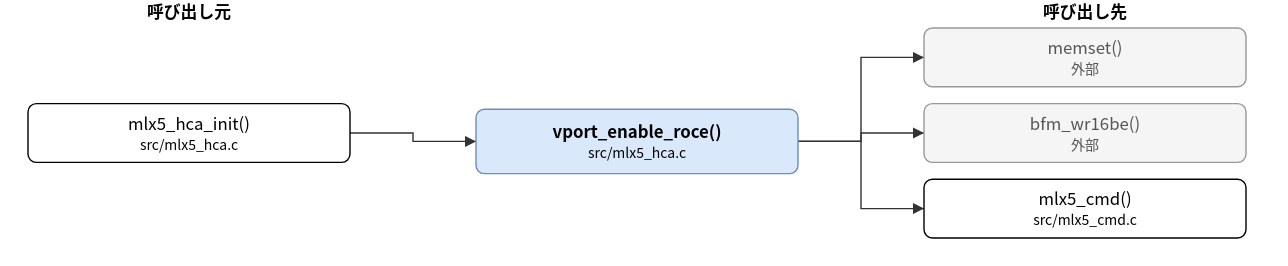
Earlier version of the draw.io export doc/spec/images/call_src_mlx5_hca-vport_enable_roce.drawio.svg (hf355051012-ai/bfmem). Source tidied: cells renumbered, new cells last; positions are measured from the earlier drawing's top-left corner, leaving out a move shared by most shapes. Source of this version:
```xml
<mxGraphModel>
  <root>
    <mxCell id="0" />
    <mxCell id="1" parent="0" />
    <mxCell id="2" value="vport_enable_roce()&lt;br&gt;&lt;font style=&quot;font-size:10px&quot;&gt;src/mlx5_hca.c&lt;/font&gt;" style="rounded=1;whiteSpace=wrap;html=1;fillColor=#dae8fc;strokeColor=#6c8ebf;fontStyle=1;" parent="1" vertex="1">
      <mxGeometry x="320" y="78" width="230" height="46" as="geometry" />
    </mxCell>
    <mxCell id="3" value="mlx5_hca_init()&lt;br&gt;&lt;font style=&quot;font-size:10px&quot;&gt;src/mlx5_hca.c&lt;/font&gt;" style="rounded=1;whiteSpace=wrap;html=1;" parent="1" vertex="1">
      <mxGeometry y="74" width="230" height="42" as="geometry" />
    </mxCell>
    <mxCell id="4" value="memset()&lt;br&gt;&lt;font style=&quot;font-size:10px&quot;&gt;外部&lt;/font&gt;" style="rounded=1;whiteSpace=wrap;html=1;fillColor=#f5f5f5;strokeColor=#999999;fontColor=#555555;" parent="1" vertex="1">
      <mxGeometry x="640" y="20" width="230" height="42" as="geometry" />
    </mxCell>
    <mxCell id="5" value="bfm_wr16be()&lt;br&gt;&lt;font style=&quot;font-size:10px&quot;&gt;外部&lt;/font&gt;" style="rounded=1;whiteSpace=wrap;html=1;fillColor=#f5f5f5;strokeColor=#999999;fontColor=#555555;" parent="1" vertex="1">
      <mxGeometry x="640" y="74" width="230" height="42" as="geometry" />
    </mxCell>
    <mxCell id="6" value="mlx5_cmd()&lt;br&gt;&lt;font style=&quot;font-size:10px&quot;&gt;src/mlx5_cmd.c&lt;/font&gt;" style="rounded=1;whiteSpace=wrap;html=1;" parent="1" vertex="1">
      <mxGeometry x="640" y="128" width="230" height="42" as="geometry" />
    </mxCell>
    <mxCell id="7" style="edgeStyle=none;html=1;rounded=0;endArrow=block;endFill=1;exitX=1.0000;exitY=0.5000;exitDx=0;exitDy=0;exitPerimeter=0;entryX=0.0000;entryY=0.5000;entryDx=0;entryDy=0;entryPerimeter=0;" parent="1" edge="1" source="3" target="2">
      <mxGeometry relative="1" as="geometry">
        <Array as="points">
          <mxPoint x="275" y="95" />
          <mxPoint x="275" y="101" />
        </Array>
      </mxGeometry>
    </mxCell>
    <mxCell id="8" style="edgeStyle=none;html=1;rounded=0;endArrow=block;endFill=1;exitX=1.0000;exitY=0.5000;exitDx=0;exitDy=0;exitPerimeter=0;entryX=0.0000;entryY=0.5000;entryDx=0;entryDy=0;entryPerimeter=0;" parent="1" edge="1" source="2" target="4">
      <mxGeometry relative="1" as="geometry">
        <Array as="points">
          <mxPoint x="595" y="101" />
          <mxPoint x="595" y="41" />
        </Array>
      </mxGeometry>
    </mxCell>
    <mxCell id="9" style="edgeStyle=none;html=1;rounded=0;endArrow=block;endFill=1;exitX=1.0000;exitY=0.5000;exitDx=0;exitDy=0;exitPerimeter=0;entryX=0.0000;entryY=0.5000;entryDx=0;entryDy=0;entryPerimeter=0;" parent="1" edge="1" source="2" target="5">
      <mxGeometry relative="1" as="geometry">
        <Array as="points">
          <mxPoint x="595" y="101" />
          <mxPoint x="595" y="95" />
        </Array>
      </mxGeometry>
    </mxCell>
    <mxCell id="10" style="edgeStyle=none;html=1;rounded=0;endArrow=block;endFill=1;exitX=1.0000;exitY=0.5000;exitDx=0;exitDy=0;exitPerimeter=0;entryX=0.0000;entryY=0.5000;entryDx=0;entryDy=0;entryPerimeter=0;" parent="1" edge="1" source="2" target="6">
      <mxGeometry relative="1" as="geometry">
        <Array as="points">
          <mxPoint x="595" y="101" />
          <mxPoint x="595" y="149" />
        </Array>
      </mxGeometry>
    </mxCell>
    <mxCell id="11" value="呼び出し元" style="text;html=1;align=center;fontStyle=1;" parent="1" vertex="1">
      <mxGeometry x="35" width="160" height="18" as="geometry" />
    </mxCell>
    <mxCell id="12" value="呼び出し先" style="text;html=1;align=center;fontStyle=1;" parent="1" vertex="1">
      <mxGeometry x="675" width="160" height="18" as="geometry" />
    </mxCell>
  </root>
</mxGraphModel>
```
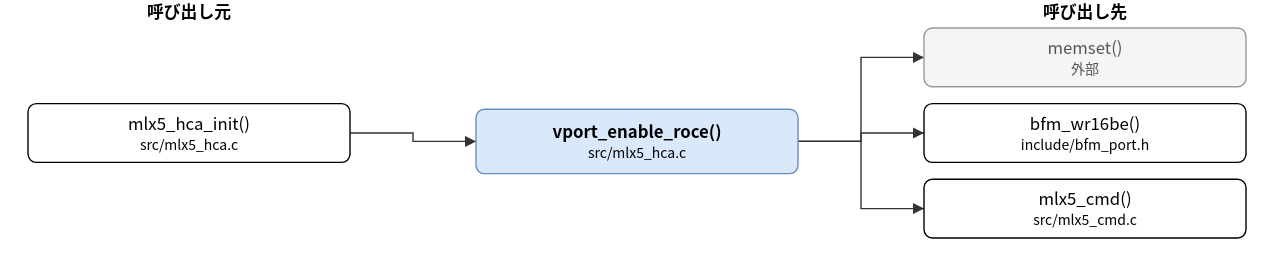
The same file after the commit.

Diff of the diagram source:
```diff
@@ -11,7 +11,7 @@
     <mxCell id="4" value="memset()&lt;br&gt;&lt;font style=&quot;font-size:10px&quot;&gt;外部&lt;/font&gt;" style="rounded=1;whiteSpace=wrap;html=1;fillColor=#f5f5f5;strokeColor=#999999;fontColor=#555555;" parent="1" vertex="1">
       <mxGeometry x="640" y="20" width="230" height="42" as="geometry" />
     </mxCell>
-    <mxCell id="5" value="bfm_wr16be()&lt;br&gt;&lt;font style=&quot;font-size:10px&quot;&gt;外部&lt;/font&gt;" style="rounded=1;whiteSpace=wrap;html=1;fillColor=#f5f5f5;strokeColor=#999999;fontColor=#555555;" parent="1" vertex="1">
+    <mxCell id="5" value="bfm_wr16be()&lt;br&gt;&lt;font style=&quot;font-size:10px&quot;&gt;include/bfm_port.h&lt;/font&gt;" style="rounded=1;whiteSpace=wrap;html=1;" parent="1" vertex="1">
       <mxGeometry x="640" y="74" width="230" height="42" as="geometry" />
     </mxCell>
     <mxCell id="6" value="mlx5_cmd()&lt;br&gt;&lt;font style=&quot;font-size:10px&quot;&gt;src/mlx5_cmd.c&lt;/font&gt;" style="rounded=1;whiteSpace=wrap;html=1;" parent="1" vertex="1">
```
